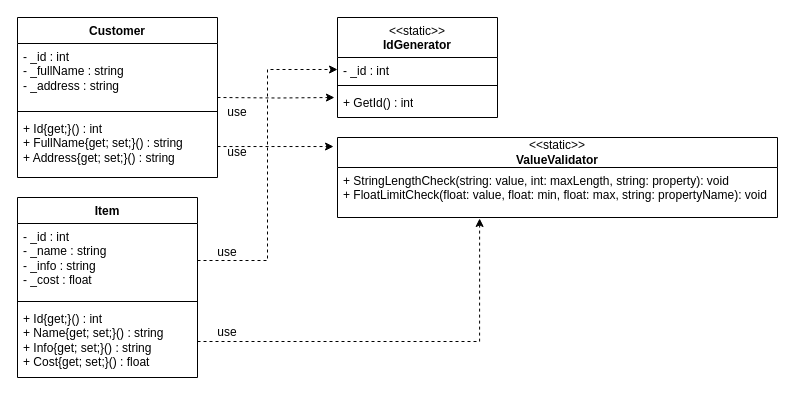
Before: oop-winform/Diagram.drawio in antoniocra04/oop-winform, a draw.io diagram. Source tidied: cells renumbered, new cells numbered last; positions are measured from the earlier drawing's top-left corner, leaving out a move shared by most shapes. Both pictures are drawn from the tidied source at 100%, with x=0, y=0 at pixel (17, 17).
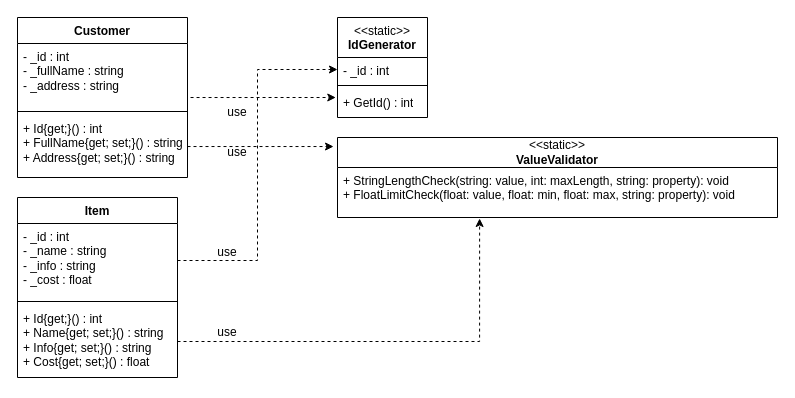
After the change.

Unchanged cells that the change refers to:
```xml
<mxCell id="14" value="&amp;lt;&amp;lt;static&amp;gt;&amp;gt;&lt;br&gt;&lt;b&gt;ValueValidator&lt;/b&gt;" style="swimlane;fontStyle=0;horizontal=1;startSize=30;fillColor=none;whiteSpace=wrap;html=1;" parent="1" vertex="1">
  <mxGeometry x="320" y="120" width="440" height="80" as="geometry" />
</mxCell>
```

Diff of the diagram source:
```diff
@@
     <mxCell id="2" value="Customer" style="swimlane;fontStyle=1;align=center;verticalAlign=top;horizontal=1;startSize=26;whiteSpace=wrap;html=1;" parent="1" vertex="1">
-      <mxGeometry width="200" height="160" as="geometry" />
+      <mxGeometry width="170" height="160" as="geometry" />
     </mxCell>
     <mxCell id="3" value="- _id : int&lt;br&gt;- _fullName : string&lt;br&gt;- _address : string" style="text;strokeColor=none;fillColor=none;align=left;verticalAlign=top;spacingLeft=4;spacingRight=4;overflow=hidden;points=[[0,0.5],[1,0.5]];portConstraint=eastwest;whiteSpace=wrap;html=1;" parent="2" vertex="1">
-      <mxGeometry y="26" width="200" height="64" as="geometry" />
+      <mxGeometry y="26" width="170" height="64" as="geometry" />
     </mxCell>
     <mxCell id="4" style="line;strokeWidth=1;fillColor=none;align=left;verticalAlign=middle;spacingTop=-1;spacingLeft=3;spacingRight=3;labelPosition=right;strokeColor=inherit;" parent="2" vertex="1">
-      <mxGeometry y="90" width="200" height="8" as="geometry" />
+      <mxGeometry y="90" width="170" height="8" as="geometry" />
     </mxCell>
     <mxCell id="5" value="+ Id{get;}() : int&lt;br&gt;+ FullName{get; set;}() : string&lt;br&gt;+ Address{get; set;}() : string" style="text;strokeColor=none;fillColor=none;align=left;verticalAlign=top;spacingLeft=4;spacingRight=4;overflow=hidden;points=[[0,0.5],[1,0.5]];portConstraint=eastwest;whiteSpace=wrap;html=1;" parent="2" vertex="1">
-      <mxGeometry y="98" width="200" height="62" as="geometry" />
+      <mxGeometry y="98" width="170" height="62" as="geometry" />
     </mxCell>
     <mxCell id="6" value="Item" style="swimlane;fontStyle=1;align=center;verticalAlign=top;horizontal=1;startSize=26;whiteSpace=wrap;html=1;" parent="1" vertex="1">
-      <mxGeometry y="180" width="180" height="180" as="geometry" />
+      <mxGeometry y="180" width="160" height="180" as="geometry" />
     </mxCell>
     <mxCell id="7" value="- _id : int&lt;br&gt;- _name : string&lt;br&gt;- _info : string&lt;br&gt;- _cost : float" style="text;strokeColor=none;fillColor=none;align=left;verticalAlign=top;spacingLeft=4;spacingRight=4;overflow=hidden;points=[[0,0.5],[1,0.5]];portConstraint=eastwest;whiteSpace=wrap;html=1;" parent="6" vertex="1">
-      <mxGeometry y="26" width="180" height="74" as="geometry" />
+      <mxGeometry y="26" width="160" height="74" as="geometry" />
     </mxCell>
     <mxCell id="8" style="line;strokeWidth=1;fillColor=none;align=left;verticalAlign=middle;spacingTop=-1;spacingLeft=3;spacingRight=3;labelPosition=right;strokeColor=inherit;" parent="6" vertex="1">
-      <mxGeometry y="100" width="180" height="8" as="geometry" />
+      <mxGeometry y="100" width="160" height="8" as="geometry" />
     </mxCell>
     <mxCell id="9" value="+ Id{get;}() : int&lt;br&gt;+ Name{get; set;}() : string&lt;br&gt;+ Info{get; set;}() : string&lt;br&gt;+ Cost{get; set;}() : float" style="text;strokeColor=none;fillColor=none;align=left;verticalAlign=top;spacingLeft=4;spacingRight=4;overflow=hidden;points=[[0,0.5],[1,0.5]];portConstraint=eastwest;whiteSpace=wrap;html=1;" parent="6" vertex="1">
-      <mxGeometry y="108" width="180" height="72" as="geometry" />
+      <mxGeometry y="108" width="160" height="72" as="geometry" />
     </mxCell>
     <mxCell id="10" value="&lt;span style=&quot;font-weight: normal;&quot;&gt;&amp;lt;&amp;lt;static&amp;gt;&amp;gt;&lt;/span&gt;&lt;br&gt;IdGenerator" style="swimlane;fontStyle=1;align=center;verticalAlign=top;horizontal=1;startSize=40;whiteSpace=wrap;html=1;" parent="1" vertex="1">
-      <mxGeometry x="320" width="160" height="100" as="geometry" />
+      <mxGeometry x="320" width="90" height="100" as="geometry" />
     </mxCell>
     <mxCell id="11" value="- _id : int" style="text;strokeColor=none;fillColor=none;align=left;verticalAlign=top;spacingLeft=4;spacingRight=4;overflow=hidden;points=[[0,0.5],[1,0.5]];portConstraint=eastwest;whiteSpace=wrap;html=1;" parent="10" vertex="1">
-      <mxGeometry y="40" width="160" height="24" as="geometry" />
+      <mxGeometry y="40" width="90" height="24" as="geometry" />
     </mxCell>
     <mxCell id="12" style="line;strokeWidth=1;fillColor=none;align=left;verticalAlign=middle;spacingTop=-1;spacingLeft=3;spacingRight=3;labelPosition=right;strokeColor=inherit;" parent="10" vertex="1">
-      <mxGeometry y="64" width="160" height="8" as="geometry" />
+      <mxGeometry y="64" width="90" height="8" as="geometry" />
     </mxCell>
     <mxCell id="13" value="+ GetId() : int" style="text;strokeColor=none;fillColor=none;align=left;verticalAlign=top;spacingLeft=4;spacingRight=4;overflow=hidden;points=[[0,0.5],[1,0.5]];portConstraint=eastwest;whiteSpace=wrap;html=1;" parent="10" vertex="1">
-      <mxGeometry y="72" width="160" height="28" as="geometry" />
+      <mxGeometry y="72" width="90" height="28" as="geometry" />
     </mxCell>
@@
-    <mxCell id="15" value="&lt;div&gt;+ StringLengthCheck(string: value, int: maxLength, string: property): void&lt;br&gt;&lt;/div&gt;&lt;div&gt;+ FloatLimitCheck(float: value, float: min, float: max, string: propertyName): void&lt;br&gt;&lt;/div&gt;" style="text;strokeColor=none;fillColor=none;align=left;verticalAlign=top;spacingLeft=4;spacingRight=4;overflow=hidden;points=[[0,0.5],[1,0.5]];portConstraint=eastwest;whiteSpace=wrap;html=1;" parent="14" vertex="1">
+    <mxCell id="15" value="&lt;div&gt;+ StringLengthCheck(string: value, int: maxLength, string: property): void&lt;br&gt;&lt;/div&gt;&lt;div&gt;+ FloatLimitCheck(float: value, float: min, float: max, string: property): void&lt;br&gt;&lt;/div&gt;" style="text;strokeColor=none;fillColor=none;align=left;verticalAlign=top;spacingLeft=4;spacingRight=4;overflow=hidden;points=[[0,0.5],[1,0.5]];portConstraint=eastwest;whiteSpace=wrap;html=1;" parent="14" vertex="1">
       <mxGeometry y="30" width="440" height="50" as="geometry" />
     </mxCell>
-    <mxCell id="16" style="edgeStyle=orthogonalEdgeStyle;rounded=0;jettySize=auto;html=1;entryX=-0.019;entryY=0.286;entryDx=0;entryDy=0;entryPerimeter=0;dashed=1;" parent="1" edge="1" target="13">
-      <mxGeometry relative="1" as="geometry">
-        <mxPoint x="200" y="80" as="sourcePoint" />
-      </mxGeometry>
+    <mxCell id="16" style="edgeStyle=orthogonalEdgeStyle;rounded=0;jettySize=auto;html=1;entryX=-0.019;entryY=0.286;entryDx=0;entryDy=0;entryPerimeter=0;dashed=1;exitX=1.018;exitY=0.844;exitDx=0;exitDy=0;exitPerimeter=0;" parent="1" edge="1" source="3" target="13">
+      <mxGeometry relative="1" as="geometry" />
     </mxCell>
```
